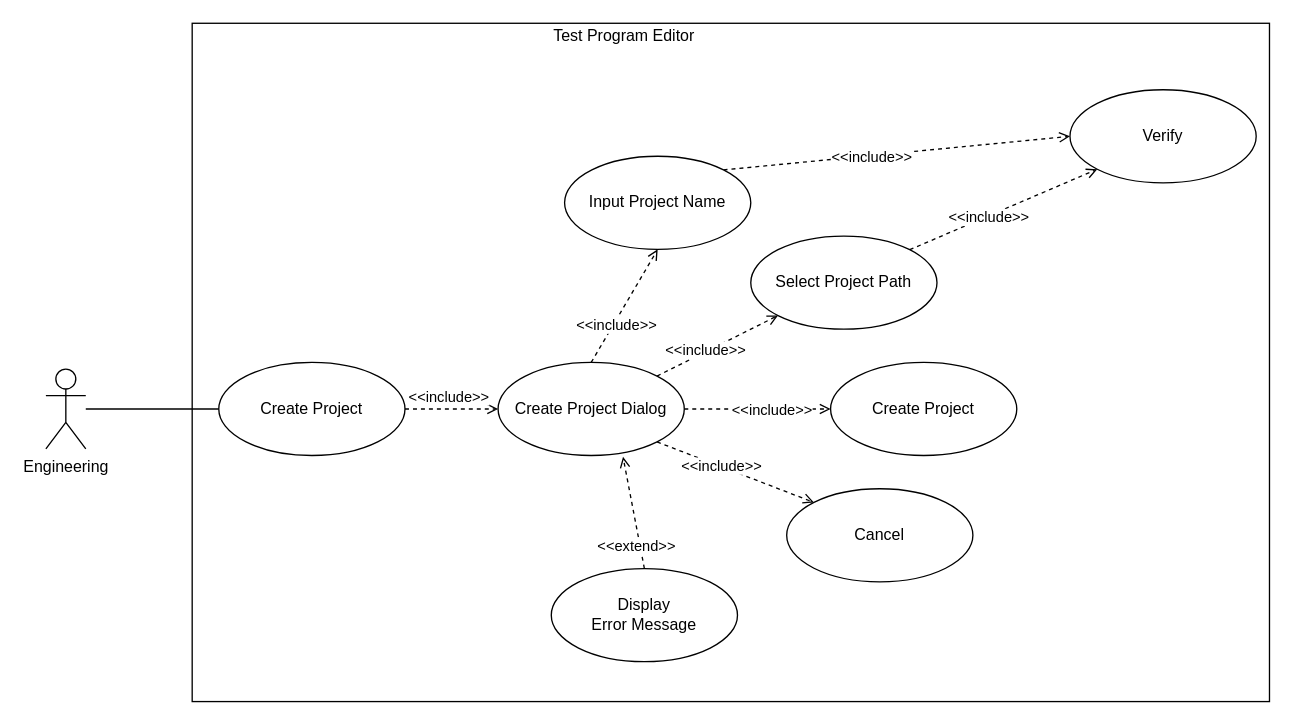
The draw.io diagram page "Create Project" (4 of 24) of SG9KG5/UI Design/Use Case.drawio in Jasson-Chou/Software-Projects, before the edit. Source tidied: cells renumbered, new cells numbered last; positions are measured from the earlier drawing's top-left corner, leaving out a move shared by most shapes. Both pictures are drawn from the tidied source at 133%, with x=0, y=0 at pixel (45, 23).
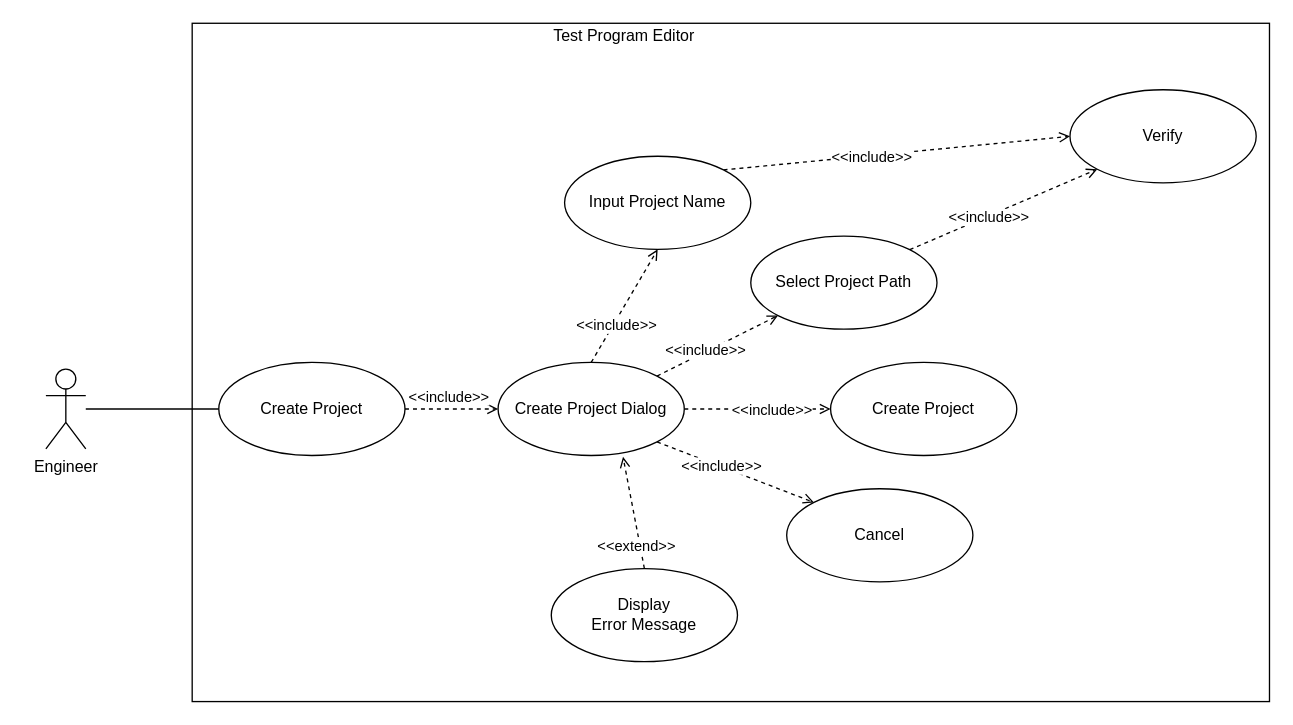
After the change.

Diff of the diagram source:
```diff
@@
-    <mxCell id="2" value="Engineering" style="shape=umlActor;verticalLabelPosition=bottom;verticalAlign=top;html=1;" parent="1" vertex="1">
+    <mxCell id="2" value="Engineer" style="shape=umlActor;verticalLabelPosition=bottom;verticalAlign=top;html=1;" parent="1" vertex="1">
       <mxGeometry y="260" width="30" height="60" as="geometry" />
     </mxCell>
```
